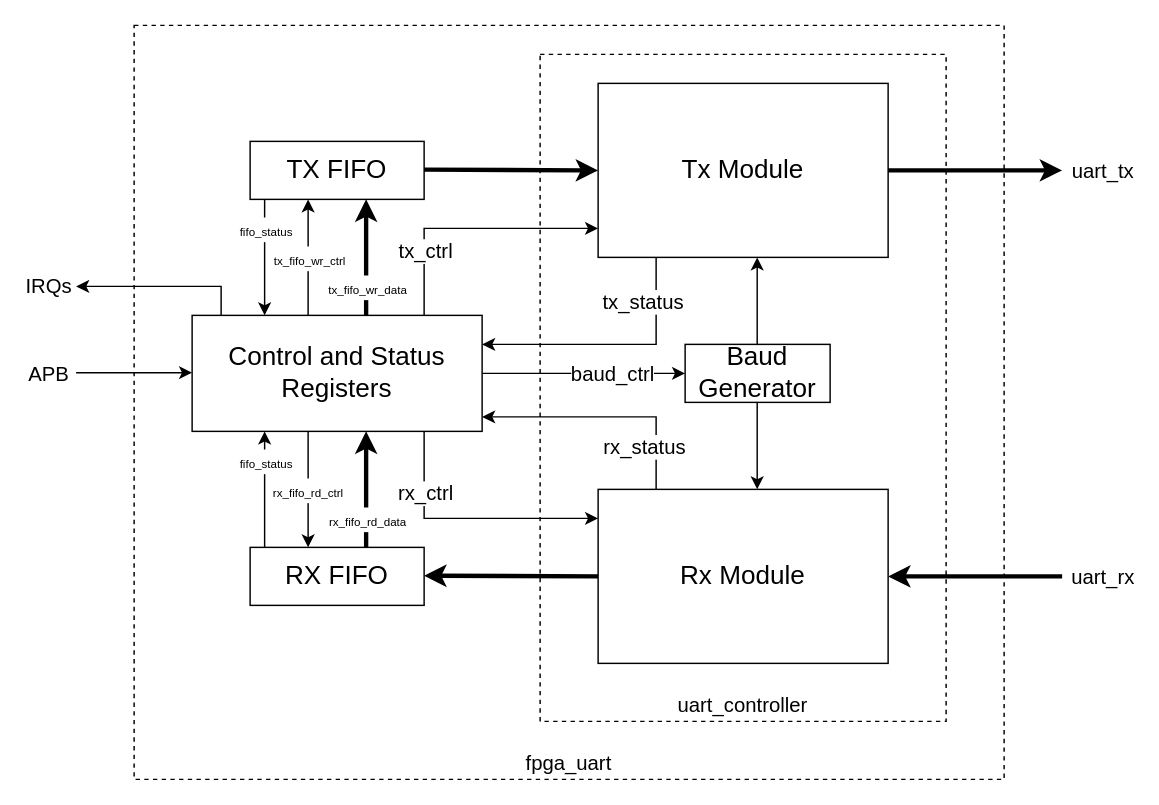
Above: page "top_arch" (1 of 2) of docs/fpga_uart_arch.drawio in T-Szymk/fpga_uart (draw.io), before the change. Source tidied: cells renumbered, new cells numbered last; positions are measured from the earlier drawing's top-left corner, leaving out a move shared by most shapes. Both pictures are drawn from the tidied source at 145%, with x=0, y=0 at pixel (75, 25).
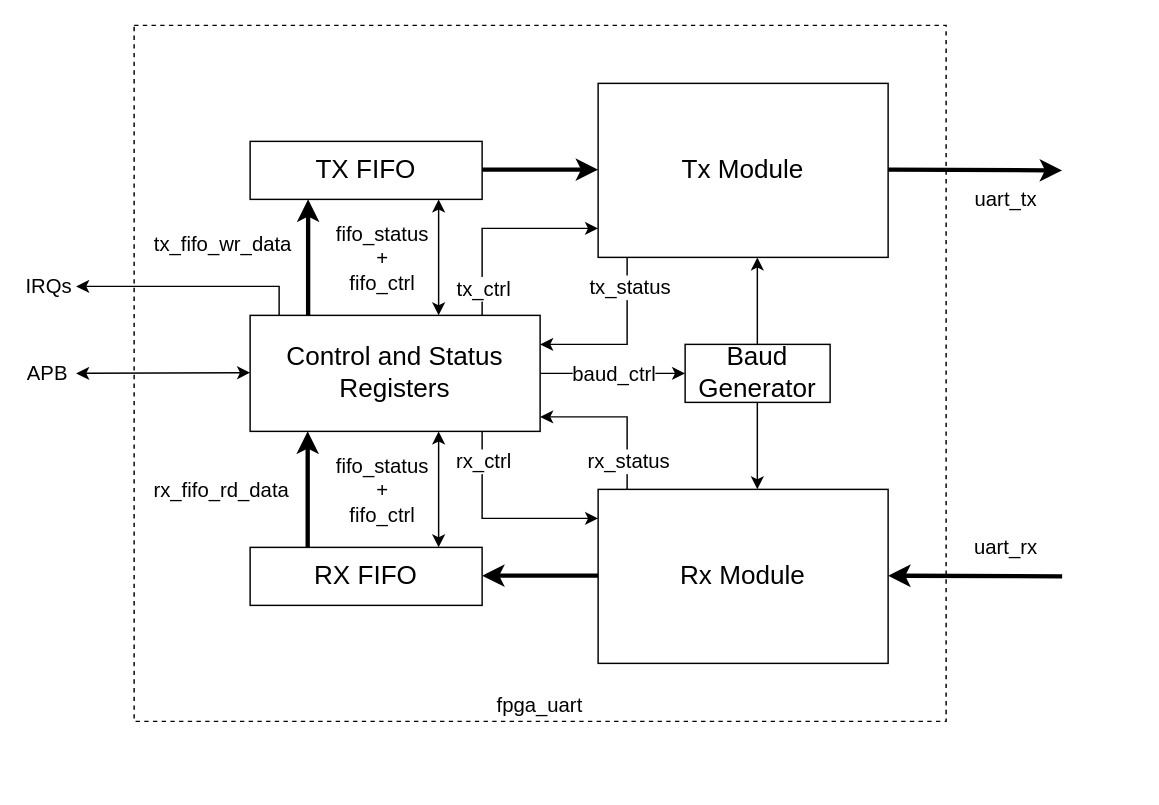
After the change.

Unchanged cells that the change refers to:
```xml
<mxCell id="6" value="Rx Module" style="rounded=0;whiteSpace=wrap;html=1;fontSize=18;" parent="1" vertex="1">
  <mxGeometry x="360" y="320" width="200" height="120" as="geometry" />
</mxCell>
<mxCell id="19" style="edgeStyle=orthogonalEdgeStyle;rounded=0;jettySize=auto;html=1;exitX=1;exitY=0.5;exitDx=0;exitDy=0;fontSize=14;startArrow=none;startFill=0;" parent="1" edge="1" source="21">
  <mxGeometry relative="1" as="geometry">
    <mxPoint x="420" y="240" as="targetPoint" />
  </mxGeometry>
</mxCell>
```

What changed in the source:
```diff
@@
-    <mxCell id="2" value="fpga_uart" style="rounded=0;whiteSpace=wrap;html=1;fontSize=14;fillColor=none;dashed=1;verticalAlign=bottom;" parent="1" vertex="1">
-      <mxGeometry x="40" width="600" height="520" as="geometry" />
-    </mxCell>
-    <mxCell id="3" value="uart_controller" style="rounded=0;whiteSpace=wrap;html=1;fontSize=14;fillColor=none;dashed=1;verticalAlign=bottom;" parent="1" vertex="1">
-      <mxGeometry x="320" y="20" width="280" height="460" as="geometry" />
-    </mxCell>
@@
     <mxCell id="7" value="TX FIFO" style="rounded=0;whiteSpace=wrap;html=1;fontSize=18;" parent="1" vertex="1">
-      <mxGeometry x="120" y="80" width="120" height="40" as="geometry" />
+      <mxGeometry x="120" y="80" width="160" height="40" as="geometry" />
     </mxCell>
     <mxCell id="8" value="RX FIFO" style="rounded=0;whiteSpace=wrap;html=1;fontSize=18;" parent="1" vertex="1">
-      <mxGeometry x="120" y="360" width="120" height="40" as="geometry" />
+      <mxGeometry x="120" y="360" width="160" height="40" as="geometry" />
     </mxCell>
-    <mxCell id="9" style="endArrow=classic;html=1;rounded=0;fontSize=18;strokeWidth=3;exitX=0;exitY=0.5;exitDx=0;exitDy=0;" parent="1" edge="1" source="6">
+    <mxCell id="9" style="endArrow=classic;html=1;rounded=0;fontSize=18;strokeWidth=3;" parent="1" edge="1">
       <mxGeometry relative="1" as="geometry">
-        <mxPoint x="240" y="379.5" as="targetPoint" />
+        <mxPoint x="360" y="379.5" as="sourcePoint" />
+        <mxPoint x="280" y="379.5" as="targetPoint" />
       </mxGeometry>
     </mxCell>
     <mxCell id="10" style="endArrow=classic;html=1;rounded=0;fontSize=18;strokeWidth=3;" parent="1" edge="1">
       <mxGeometry relative="1" as="geometry">
-        <mxPoint x="240" y="99.5" as="sourcePoint" />
-        <mxPoint x="360" y="100" as="targetPoint" />
+        <mxPoint x="280" y="99.5" as="sourcePoint" />
+        <mxPoint x="360" y="99.5" as="targetPoint" />
       </mxGeometry>
     </mxCell>
     <mxCell id="11" style="endArrow=classic;html=1;rounded=0;fontSize=18;strokeWidth=3;" parent="1" edge="1">
       <mxGeometry relative="1" as="geometry">
-        <mxPoint x="200" y="360" as="sourcePoint" />
-        <mxPoint x="200" y="280" as="targetPoint" />
+        <mxPoint x="159.7" y="360" as="sourcePoint" />
+        <mxPoint x="159.7" y="280" as="targetPoint" />
       </mxGeometry>
     </mxCell>
-    <mxCell id="12" value="&lt;font style=&quot;font-size: 8px;&quot;&gt;rx_fifo_rd_data&lt;/font&gt;" style="edgeLabel;html=1;align=center;verticalAlign=middle;fontSize=14;" parent="11" vertex="1">
+    <mxCell id="12" value="rx_fifo_rd_data" style="edgeLabel;html=1;align=center;verticalAlign=middle;fontSize=14;" parent="11" vertex="1">
       <mxGeometry x="0.29" y="-1" relative="1" as="geometry">
-        <mxPoint x="-1" y="32" as="offset" />
+        <mxPoint x="-61" y="12" as="offset" />
       </mxGeometry>
     </mxCell>
     <mxCell id="13" style="endArrow=classic;html=1;rounded=0;fontSize=18;strokeWidth=3;" parent="1" edge="1">
       <mxGeometry relative="1" as="geometry">
-        <mxPoint x="200" y="200" as="sourcePoint" />
-        <mxPoint x="200" y="120" as="targetPoint" />
+        <mxPoint x="160" y="200" as="sourcePoint" />
+        <mxPoint x="160" y="120" as="targetPoint" />
       </mxGeometry>
     </mxCell>
-    <mxCell id="14" value="&lt;font style=&quot;font-size: 8px;&quot;&gt;tx_fifo_wr_data&lt;/font&gt;" style="edgeLabel;html=1;align=center;verticalAlign=middle;fontSize=14;" parent="13" vertex="1">
+    <mxCell id="14" value="tx_fifo_wr_data" style="edgeLabel;html=1;align=center;verticalAlign=middle;fontSize=14;" parent="13" vertex="1">
       <mxGeometry x="-0.66" y="1" relative="1" as="geometry">
-        <mxPoint x="1" y="-6" as="offset" />
+        <mxPoint x="-59" y="-36" as="offset" />
       </mxGeometry>
     </mxCell>
-    <mxCell id="15" style="endArrow=classic;html=1;rounded=0;fontSize=18;strokeWidth=3;entryX=1;entryY=0.5;entryDx=0;entryDy=0;" parent="1" edge="1" target="6">
+    <mxCell id="15" style="endArrow=classic;html=1;rounded=0;fontSize=18;strokeWidth=3;" parent="1" edge="1">
       <mxGeometry relative="1" as="geometry">
         <mxPoint x="680" y="380" as="sourcePoint" />
+        <mxPoint x="560" y="379.5" as="targetPoint" />
       </mxGeometry>
     </mxCell>
     <mxCell id="16" value="uart_rx" style="edgeLabel;html=1;align=center;verticalAlign=middle;fontSize=14;" parent="15" vertex="1">
       <mxGeometry x="-0.27" y="-5" relative="1" as="geometry">
-        <mxPoint x="71" y="5" as="offset" />
+        <mxPoint x="4" y="-15" as="offset" />
       </mxGeometry>
     </mxCell>
     <mxCell id="17" style="endArrow=classic;html=1;rounded=0;fontSize=18;strokeWidth=3;" parent="1" edge="1">
       <mxGeometry relative="1" as="geometry">
-        <mxPoint x="560" y="100" as="sourcePoint" />
+        <mxPoint x="560" y="99.5" as="sourcePoint" />
         <mxPoint x="680" y="100" as="targetPoint" />
       </mxGeometry>
     </mxCell>
     <mxCell id="18" value="uart_tx" style="edgeLabel;html=1;align=center;verticalAlign=middle;fontSize=14;" parent="17" vertex="1">
       <mxGeometry x="0.23" y="4" relative="1" as="geometry">
-        <mxPoint x="73" y="4" as="offset" />
+        <mxPoint x="6" y="24" as="offset" />
       </mxGeometry>
     </mxCell>
@@
     <mxCell id="20" value="baud_ctrl" style="edgeLabel;html=1;align=center;verticalAlign=middle;fontSize=14;" parent="19" vertex="1">
       <mxGeometry x="-0.37" y="1" relative="1" as="geometry">
-        <mxPoint x="45" y="1" as="offset" />
+        <mxPoint x="18" y="1" as="offset" />
       </mxGeometry>
     </mxCell>
     <mxCell id="21" value="Control and Status Registers" style="rounded=0;whiteSpace=wrap;html=1;fontSize=18;" parent="1" vertex="1">
-      <mxGeometry x="80" y="200" width="200" height="80" as="geometry" />
+      <mxGeometry x="120" y="200" width="200" height="80" as="geometry" />
     </mxCell>
-    <mxCell id="22" style="endArrow=classic;html=1;rounded=0;strokeWidth=1;fontSize=18;startArrow=none;startFill=0;" parent="1" edge="1">
+    <mxCell id="22" style="endArrow=classic;html=1;rounded=0;strokeWidth=1;fontSize=18;startArrow=classic;startFill=1;" parent="1" edge="1">
       <mxGeometry relative="1" as="geometry">
-        <mxPoint x="130" y="120" as="sourcePoint" />
-        <mxPoint x="130" y="200" as="targetPoint" />
+        <mxPoint x="250" y="120" as="sourcePoint" />
+        <mxPoint x="250" y="200" as="targetPoint" />
       </mxGeometry>
     </mxCell>
-    <mxCell id="23" value="&lt;font style=&quot;font-size: 8px;&quot;&gt;fifo_status&lt;/font&gt;" style="edgeLabel;html=1;align=center;verticalAlign=middle;fontSize=14;" parent="22" vertex="1">
+    <mxCell id="23" value="fifo_status&lt;div&gt;+&lt;/div&gt;&lt;div&gt;fifo_ctrl&lt;/div&gt;" style="edgeLabel;html=1;align=center;verticalAlign=middle;fontSize=14;" parent="22" vertex="1">
       <mxGeometry x="-0.27" y="-2" relative="1" as="geometry">
-        <mxPoint x="2" y="-9" as="offset" />
+        <mxPoint x="-38" y="11" as="offset" />
       </mxGeometry>
     </mxCell>
-    <mxCell id="24" style="endArrow=classic;html=1;rounded=0;strokeWidth=1;fontSize=18;startArrow=none;startFill=0;" parent="1" edge="1">
+    <mxCell id="24" style="endArrow=classic;html=1;rounded=0;strokeWidth=1;fontSize=18;startArrow=classic;startFill=1;" parent="1" edge="1">
       <mxGeometry relative="1" as="geometry">
-        <mxPoint x="130" y="360" as="sourcePoint" />
-        <mxPoint x="130" y="280" as="targetPoint" />
+        <mxPoint x="250" y="360" as="sourcePoint" />
+        <mxPoint x="250" y="280" as="targetPoint" />
       </mxGeometry>
     </mxCell>
-    <mxCell id="25" value="&lt;font style=&quot;font-size: 8px;&quot;&gt;fifo_status&lt;/font&gt;" style="edgeLabel;html=1;align=center;verticalAlign=middle;fontSize=14;" parent="24" vertex="1">
+    <mxCell id="25" value="fifo_status&lt;div&gt;+&lt;/div&gt;&lt;div&gt;fifo_ctrl&lt;/div&gt;" style="edgeLabel;html=1;align=center;verticalAlign=middle;fontSize=14;" parent="24" vertex="1">
       <mxGeometry x="-0.25" y="-2" relative="1" as="geometry">
-        <mxPoint x="-2" y="-30" as="offset" />
+        <mxPoint x="-42" y="-10" as="offset" />
       </mxGeometry>
     </mxCell>
-    <mxCell id="26" style="endArrow=classic;html=1;rounded=0;startArrow=none;startFill=0;" parent="1" edge="1">
+    <mxCell id="26" style="endArrow=classic;html=1;rounded=0;startArrow=classic;startFill=1;" parent="1" edge="1">
       <mxGeometry relative="1" as="geometry">
-        <mxPoint y="239.5" as="sourcePoint" />
-        <mxPoint x="80" y="239.5" as="targetPoint" />
+        <mxPoint y="240" as="sourcePoint" />
+        <mxPoint x="120" y="239.5" as="targetPoint" />
       </mxGeometry>
     </mxCell>
     <mxCell id="27" value="APB" style="edgeLabel;html=1;align=center;verticalAlign=middle;fontSize=14;" parent="26" vertex="1">
       <mxGeometry x="-0.44" relative="1" as="geometry">
-        <mxPoint x="-42" y="1" as="offset" />
+        <mxPoint x="-54" as="offset" />
       </mxGeometry>
     </mxCell>
     <mxCell id="28" style="endArrow=classic;html=1;rounded=0;fontSize=14;" parent="1" edge="1">
       <mxGeometry relative="1" as="geometry">
-        <mxPoint x="400" y="320" as="sourcePoint" />
-        <mxPoint x="280" y="270" as="targetPoint" />
+        <mxPoint x="380" y="320" as="sourcePoint" />
+        <mxPoint x="320" y="270" as="targetPoint" />
         <Array as="points">
-          <mxPoint x="400" y="270" />
+          <mxPoint x="380" y="300" />
+          <mxPoint x="380" y="270" />
         </Array>
       </mxGeometry>
     </mxCell>
     <mxCell id="29" value="rx_status" style="edgeLabel;html=1;align=center;verticalAlign=middle;fontSize=14;" parent="28" vertex="1">
       <mxGeometry x="0.24" relative="1" as="geometry">
-        <mxPoint x="46" y="20" as="offset" />
+        <mxPoint x="18" y="30" as="offset" />
       </mxGeometry>
     </mxCell>
-    <mxCell id="30" style="endArrow=classic;html=1;rounded=0;fontSize=14;" parent="1" edge="1">
-      <mxGeometry relative="1" as="geometry">
-        <mxPoint x="160" y="200" as="sourcePoint" />
-        <mxPoint x="160" y="120" as="targetPoint" />
-      </mxGeometry>
-    </mxCell>
-    <mxCell id="31" value="&lt;font style=&quot;font-size: 8px;&quot;&gt;tx_fifo_wr_ctrl&lt;/font&gt;" style="edgeLabel;html=1;align=center;verticalAlign=middle;fontSize=14;" parent="30" vertex="1">
-      <mxGeometry x="-0.93" y="1" relative="1" as="geometry">
-        <mxPoint x="1" y="-37" as="offset" />
-      </mxGeometry>
-    </mxCell>
-    <mxCell id="32" style="endArrow=classic;html=1;rounded=0;fontSize=14;" parent="1" edge="1">
-      <mxGeometry relative="1" as="geometry">
-        <mxPoint x="160" y="280" as="sourcePoint" />
-        <mxPoint x="160" y="360" as="targetPoint" />
-      </mxGeometry>
-    </mxCell>
-    <mxCell id="33" value="&lt;font style=&quot;font-size: 8px;&quot;&gt;rx_fifo_rd_ctrl&amp;nbsp;&lt;/font&gt;" style="edgeLabel;html=1;align=center;verticalAlign=middle;fontSize=14;" parent="32" vertex="1">
-      <mxGeometry x="-0.71" y="-1" relative="1" as="geometry">
-        <mxPoint x="1" y="28" as="offset" />
-      </mxGeometry>
-    </mxCell>
     <mxCell id="34" style="endArrow=classic;html=1;rounded=0;fontSize=14;" parent="1" edge="1">
       <mxGeometry relative="1" as="geometry">
-        <mxPoint x="240" y="200" as="sourcePoint" />
+        <mxPoint x="280" y="200" as="sourcePoint" />
         <mxPoint x="360" y="140" as="targetPoint" />
         <Array as="points">
-          <mxPoint x="240" y="140" />
+          <mxPoint x="280" y="140" />
         </Array>
       </mxGeometry>
     </mxCell>
     <mxCell id="35" value="tx_ctrl" style="edgeLabel;html=1;align=center;verticalAlign=middle;fontSize=14;" parent="34" vertex="1">
       <mxGeometry x="-0.73" y="-2" relative="1" as="geometry">
-        <mxPoint x="-2" y="-21" as="offset" />
+        <mxPoint x="-2" as="offset" />
       </mxGeometry>
     </mxCell>
     <mxCell id="36" style="endArrow=classic;html=1;rounded=0;fontSize=14;" parent="1" edge="1">
       <mxGeometry relative="1" as="geometry">
-        <mxPoint x="240" y="280" as="sourcePoint" />
+        <mxPoint x="280" y="280" as="sourcePoint" />
         <mxPoint x="360" y="340" as="targetPoint" />
         <Array as="points">
-          <mxPoint x="240" y="340" />
+          <mxPoint x="280" y="340" />
         </Array>
       </mxGeometry>
     </mxCell>
     <mxCell id="37" value="rx_ctrl" style="edgeLabel;html=1;align=center;verticalAlign=middle;fontSize=14;" parent="36" vertex="1">
       <mxGeometry x="-0.38" y="-1" relative="1" as="geometry">
-        <mxPoint x="1" y="-14" as="offset" />
+        <mxPoint x="1" y="-23" as="offset" />
       </mxGeometry>
     </mxCell>
     <mxCell id="38" style="endArrow=classic;html=1;rounded=0;fontSize=14;" parent="1" edge="1">
       <mxGeometry relative="1" as="geometry">
-        <mxPoint x="400" y="160" as="sourcePoint" />
-        <mxPoint x="280" y="220" as="targetPoint" />
+        <mxPoint x="380" y="160" as="sourcePoint" />
+        <mxPoint x="320" y="220" as="targetPoint" />
         <Array as="points">
-          <mxPoint x="400" y="220" />
+          <mxPoint x="380" y="220" />
         </Array>
       </mxGeometry>
     </mxCell>
     <mxCell id="39" value="tx_status" style="edgeLabel;html=1;align=center;verticalAlign=middle;fontSize=14;" parent="38" vertex="1">
       <mxGeometry x="0.24" relative="1" as="geometry">
-        <mxPoint x="42" y="-30" as="offset" />
+        <mxPoint x="15" y="-40" as="offset" />
       </mxGeometry>
     </mxCell>
     <mxCell id="40" style="endArrow=classic;html=1;rounded=0;fontSize=14;" parent="1" edge="1">
       <mxGeometry relative="1" as="geometry">
-        <mxPoint x="469.7" y="220" as="sourcePoint" />
-        <mxPoint x="469.7" y="160" as="targetPoint" />
+        <mxPoint x="469.8" y="220" as="sourcePoint" />
+        <mxPoint x="469.8" y="160" as="targetPoint" />
       </mxGeometry>
     </mxCell>
     <mxCell id="41" style="endArrow=classic;html=1;rounded=0;fontSize=14;" parent="1" edge="1">
       <mxGeometry relative="1" as="geometry">
-        <mxPoint x="469.7" y="260" as="sourcePoint" />
-        <mxPoint x="469.7" y="320" as="targetPoint" />
+        <mxPoint x="469.8" y="260" as="sourcePoint" />
+        <mxPoint x="469.8" y="320" as="targetPoint" />
       </mxGeometry>
     </mxCell>
     <mxCell id="42" style="endArrow=classic;html=1;rounded=0;fontSize=14;" parent="1" edge="1">
       <mxGeometry relative="1" as="geometry">
-        <mxPoint x="100" y="200" as="sourcePoint" />
+        <mxPoint x="140" y="200" as="sourcePoint" />
         <mxPoint y="180" as="targetPoint" />
         <Array as="points">
-          <mxPoint x="100" y="180" />
+          <mxPoint x="140" y="180" />
         </Array>
       </mxGeometry>
     </mxCell>
     <mxCell id="43" value="IRQs" style="edgeLabel;html=1;align=center;verticalAlign=middle;fontSize=14;" parent="42" vertex="1">
       <mxGeometry x="0.48" y="-1" relative="1" as="geometry">
-        <mxPoint x="-51" as="offset" />
+        <mxPoint x="-62" as="offset" />
       </mxGeometry>
     </mxCell>
+    <mxCell id="2" value="fpga_uart" style="rounded=0;whiteSpace=wrap;html=1;fontSize=14;fillColor=none;dashed=1;verticalAlign=bottom;" parent="1" vertex="1">
+      <mxGeometry x="40" width="560" height="480" as="geometry" />
+    </mxCell>
```
